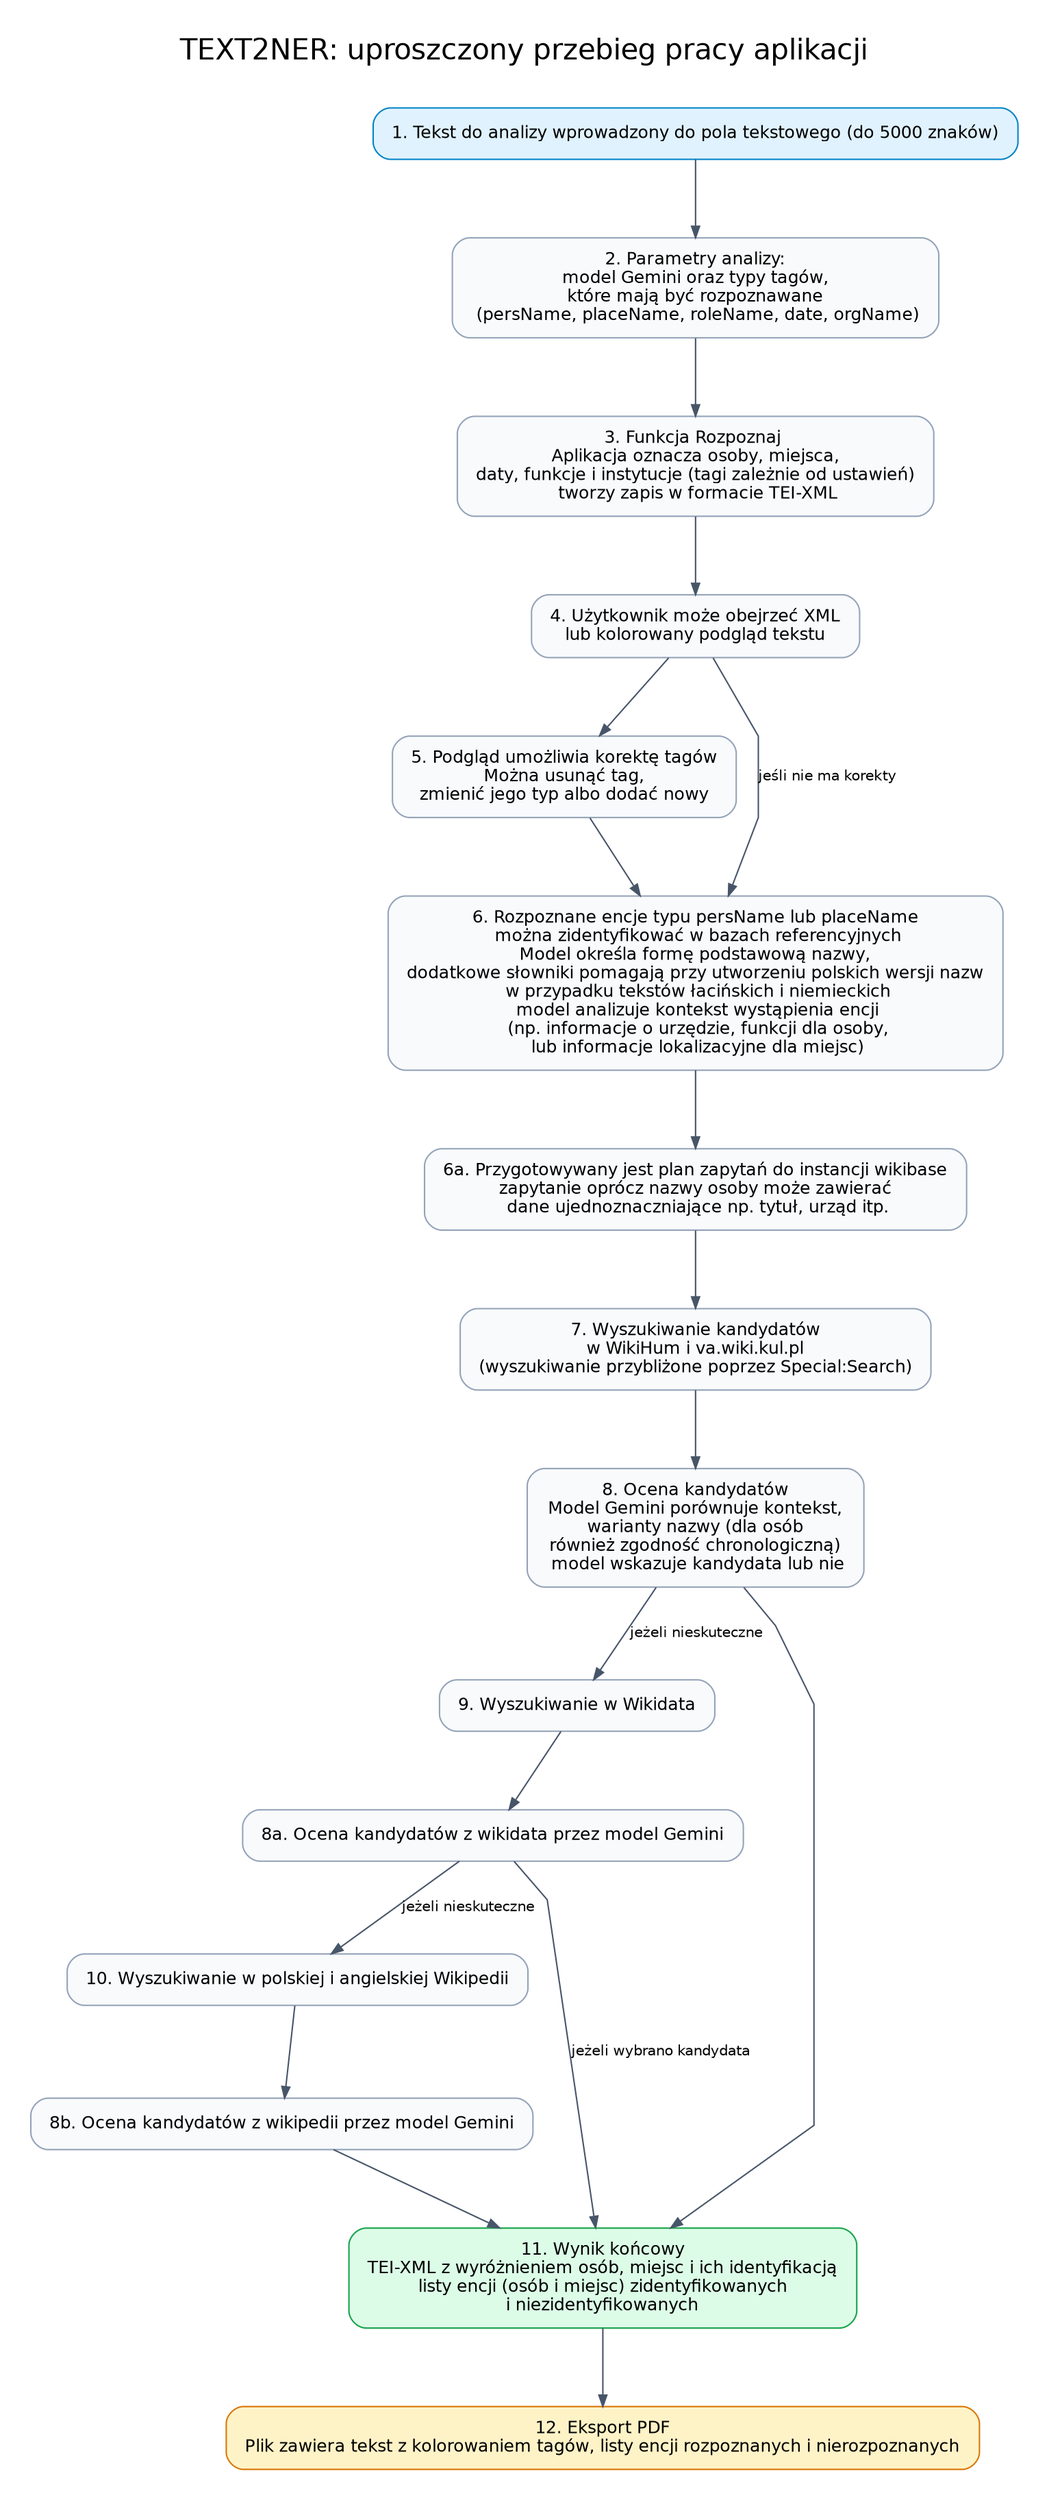
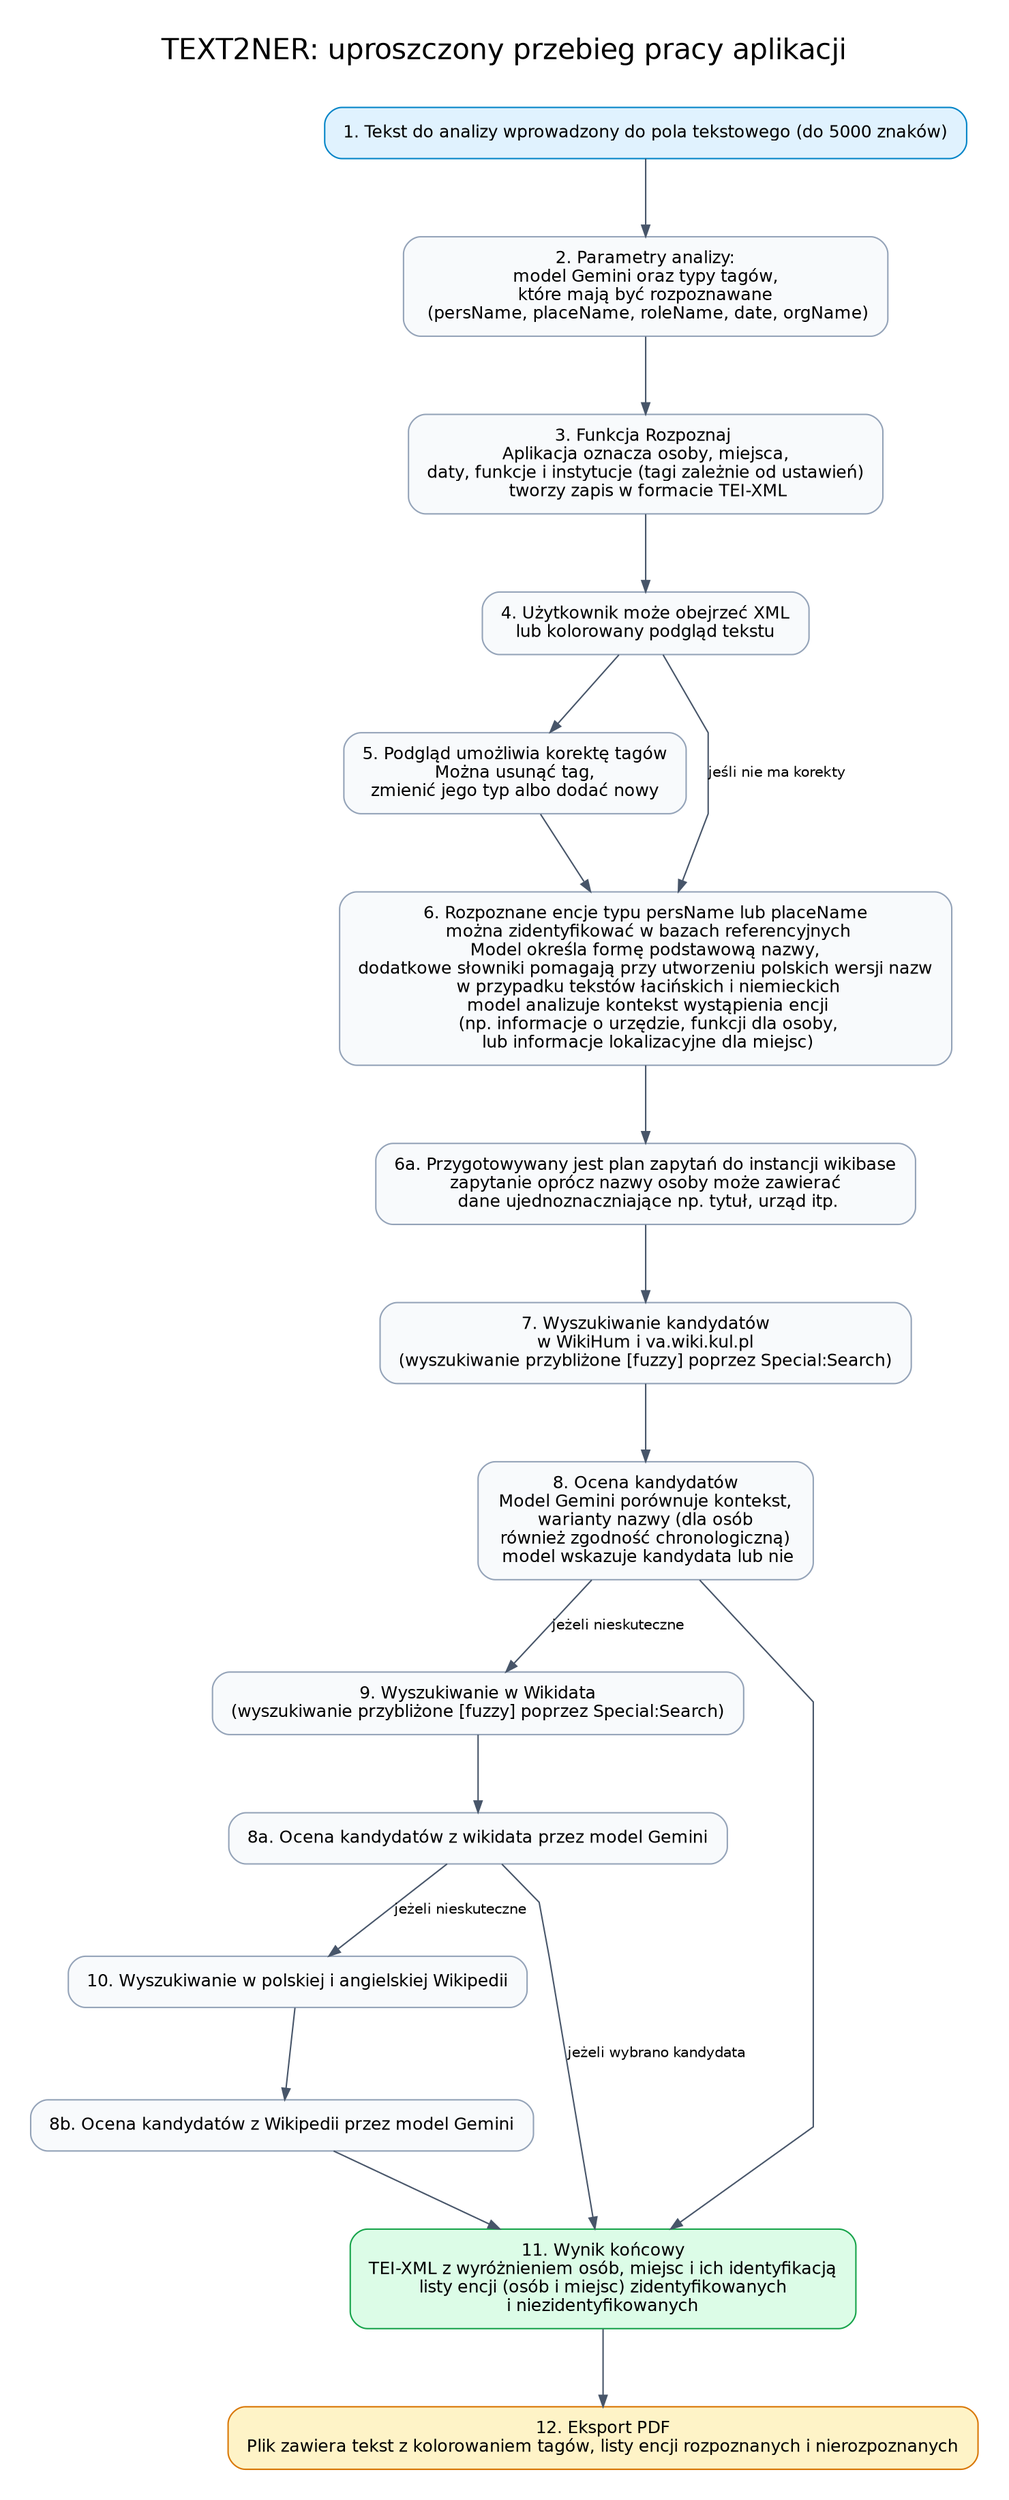
digraph text2ner_process_simple {
    graph [
        rankdir=TB,
        labelloc="t",
        label="TEXT2NER: uproszczony przebieg pracy aplikacji\n\n",
        fontsize=20,
        fontname="Helvetica",
        pad=0.3,
        nodesep=0.45,
        ranksep=0.75,
        splines=polyline,
        bgcolor="white"
    ];

    node [
        shape=box,
        style="rounded,filled",
        fillcolor="#F8FAFC",
        color="#94A3B8",
        fontname="Helvetica",
        fontsize=12,
        margin="0.18,0.12"
    ];

    edge [
        color="#475569",
        arrowsize=0.8,
        fontname="Helvetica",
        fontsize=10
    ];

    start [label="1. Tekst do analizy wprowadzony do pola tekstowego (do 5000 znaków)", fillcolor="#E0F2FE", color="#0284C7"];
    settings [label="2. Parametry analizy:\nmodel Gemini oraz typy tagów,\nktóre mają być rozpoznawane\n (persName, placeName, roleName, date, orgName)"];
    recognize [label="3. Funkcja Rozpoznaj \nAplikacja oznacza osoby, miejsca,\ndaty, funkcje i instytucje (tagi zależnie od ustawień)\n tworzy zapis w formacie TEI-XML"];
    preview [label="4. Użytkownik może obejrzeć XML\nlub kolorowany podgląd tekstu"];
    manual [label="5. Podgląd umożliwia korektę tagów\nMożna usunąć tag,\nzmienić jego typ albo dodać nowy"];
    identify [label="6. Rozpoznane encje typu persName lub placeName\n można zidentyfikować w bazach referencyjnych\nModel określa formę podstawową nazwy,\ndodatkowe słowniki pomagają przy utworzeniu polskich wersji nazw\n w przypadku tekstów łacińskich i niemieckich\n model analizuje kontekst wystąpienia encji\n (np. informacje o urzędzie, funkcji dla osoby,\n lub informacje lokalizacyjne dla miejsc)"];
    identify2 [label="6a. Przygotowywany jest plan zapytań do instancji wikibase\n zapytanie oprócz nazwy osoby może zawierać \n dane ujednoznaczniające np. tytuł, urząd itp."];
-     sources [label="7. Wyszukiwanie kandydatów\nw WikiHum i va.wiki.kul.pl\n(wyszukiwanie przybliżone poprzez Special:Search)"];
+     sources [label="7. Wyszukiwanie kandydatów\nw WikiHum i va.wiki.kul.pl\n(wyszukiwanie przybliżone [fuzzy] poprzez Special:Search)"];
    decision [label="8. Ocena kandydatów\nModel Gemini porównuje kontekst,\nwarianty nazwy (dla osób\nrównież zgodność chronologiczną)\n model wskazuje kandydata lub nie"];
    decision2 [label="8a. Ocena kandydatów z wikidata przez model Gemini"];
-     decision3 [label="8b. Ocena kandydatów z wikipedii przez model Gemini"];
-     sources2 [label="9. Wyszukiwanie w Wikidata"];
+     decision3 [label="8b. Ocena kandydatów z Wikipedii przez model Gemini"];
+     sources2 [label="9. Wyszukiwanie w Wikidata\n(wyszukiwanie przybliżone [fuzzy] poprzez Special:Search)"];
    sources3 [label="10. Wyszukiwanie w polskiej i angielskiej Wikipedii"];
    result [label="11. Wynik końcowy\nTEI-XML z wyróżnieniem osób, miejsc i ich identyfikacją\nlisty encji (osób i miejsc) zidentyfikowanych\ni niezidentyfikowanych", fillcolor="#DCFCE7", color="#16A34A"];
    pdf_after [label="12. Eksport PDF\nPlik zawiera tekst z kolorowaniem tagów, listy encji rozpoznanych i nierozpoznanych", fillcolor="#FEF3C7", color="#D97706"];

    start -> settings -> recognize -> preview -> manual -> identify -> identify2 -> sources -> decision -> result -> pdf_after;
    preview -> identify [label="jeśli nie ma korekty"];
    decision -> sources2 [label="jeżeli nieskuteczne"]
    sources2 -> decision2
    decision2 -> result [label="jeżeli wybrano kandydata"]
    decision2 -> sources3 [label="jeżeli nieskuteczne"]
    sources3 -> decision3
    decision3 -> result
}
